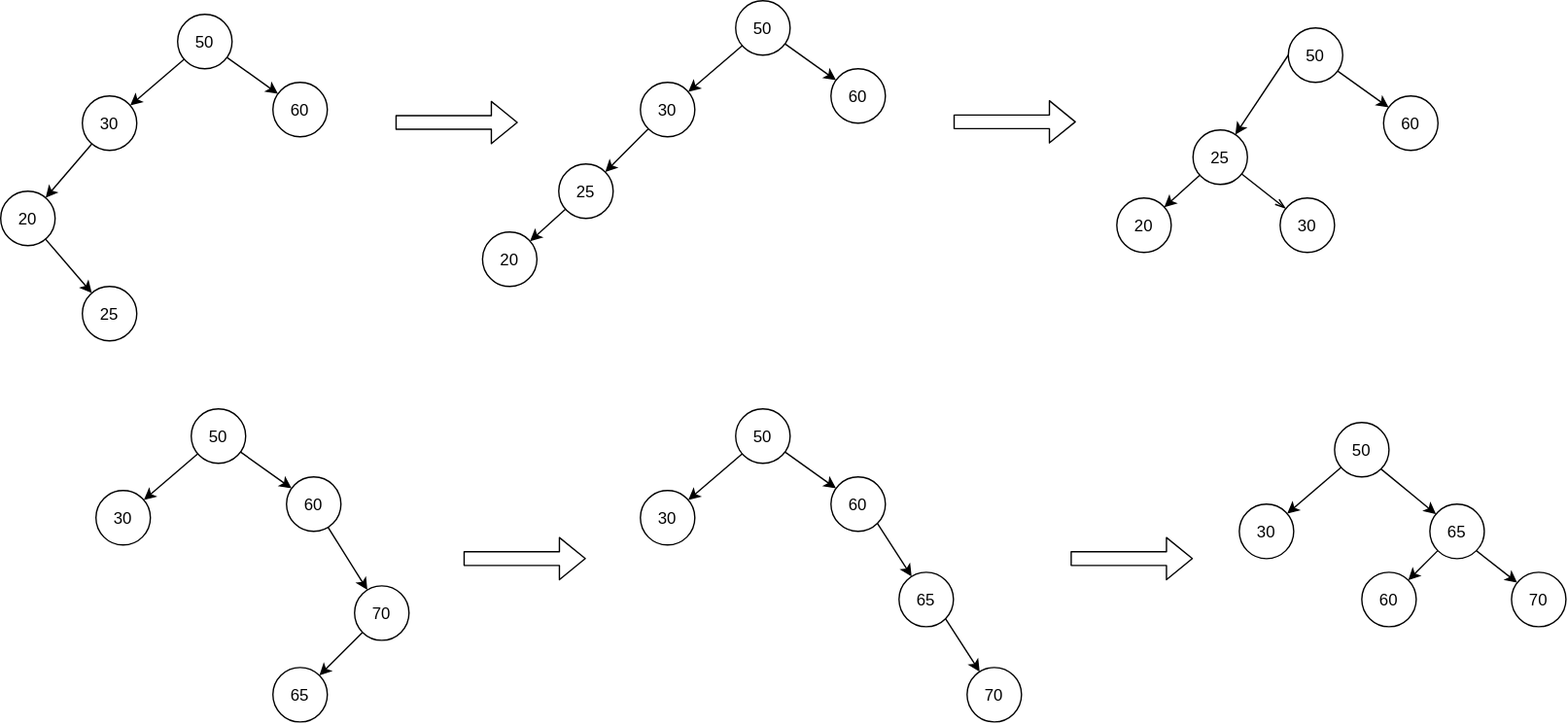
kosukhin/catalog keeps this draw.io diagram as База/Структуры данных/2. Быстро находить данные и проверять условия/2.3. Проверять принадлежность и уникальность/Множество (Set)/avl/rotation.drawio.svg. Above is the earlier version. Source tidied: cells renumbered, new cells last; positions are measured from the earlier drawing's top-left corner, leaving out a move shared by most shapes.
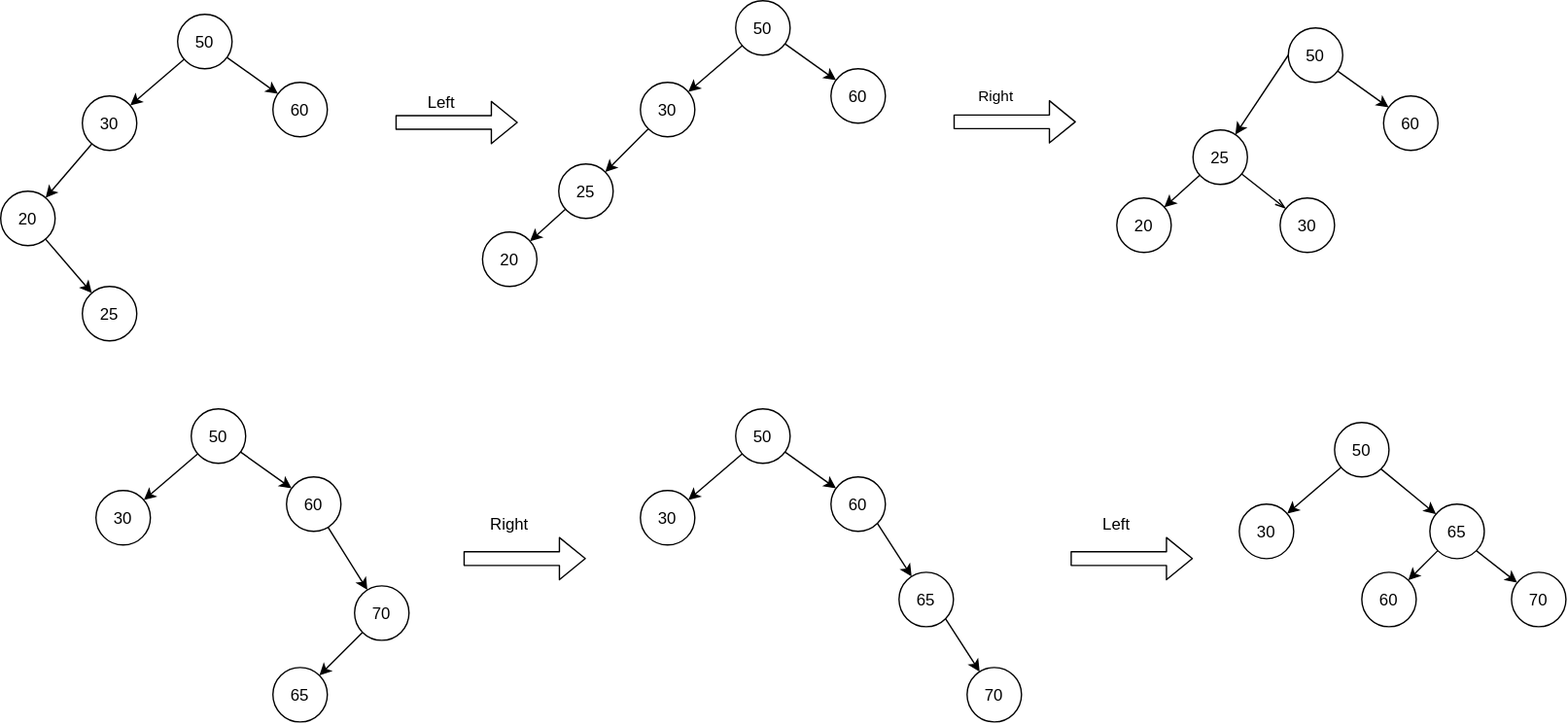
Above is the later version.

The edit, as a diff of the source:
```diff
@@ -68,6 +68,11 @@
         <mxPoint x="790" y="89" as="targetPoint" />
       </mxGeometry>
     </mxCell>
+    <mxCell id="60" value="Right" style="edgeLabel;html=1;align=center;verticalAlign=middle;" parent="21" vertex="1">
+      <mxGeometry x="-0.3" y="3" relative="1" as="geometry">
+        <mxPoint x="-2" y="-16" as="offset" />
+      </mxGeometry>
+    </mxCell>
     <mxCell id="22" value="20" style="ellipse;whiteSpace=wrap;html=1;shapeInside=1;" parent="1" vertex="1">
       <mxGeometry x="820" y="145" width="40" height="40" as="geometry" />
     </mxCell>
@@ -173,9 +178,6 @@
     <mxCell id="54" value="70" style="ellipse;whiteSpace=wrap;html=1;shapeInside=1;" parent="1" vertex="1">
       <mxGeometry x="1110" y="420" width="40" height="40" as="geometry" />
     </mxCell>
-    <mxCell id="55" style="edgeStyle=none;html=1;exitX=1;exitY=1;exitDx=0;exitDy=0;" parent="1" edge="1" source="56" target="54">
-      <mxGeometry relative="1" as="geometry" />
-    </mxCell>
     <mxCell id="56" value="65" style="ellipse;whiteSpace=wrap;html=1;shapeInside=1;" parent="1" vertex="1">
       <mxGeometry x="1050" y="370" width="40" height="40" as="geometry" />
     </mxCell>
@@ -188,5 +190,17 @@
     <mxCell id="59" style="edgeStyle=none;html=1;exitX=0;exitY=1;exitDx=0;exitDy=0;" parent="1" edge="1" source="56" target="57">
       <mxGeometry relative="1" as="geometry" />
     </mxCell>
+    <mxCell id="55" style="edgeStyle=none;html=1;exitX=1;exitY=1;exitDx=0;exitDy=0;" parent="1" edge="1" source="56" target="54">
+      <mxGeometry relative="1" as="geometry" />
+    </mxCell>
+    <mxCell id="61" value="Left" style="text;html=1;whiteSpace=wrap;strokeColor=none;fillColor=none;align=center;verticalAlign=middle;rounded=0;" parent="1" vertex="1">
+      <mxGeometry x="294" y="60" width="60" height="30" as="geometry" />
+    </mxCell>
+    <mxCell id="62" value="Right" style="text;html=1;whiteSpace=wrap;strokeColor=none;fillColor=none;align=center;verticalAlign=middle;rounded=0;" parent="1" vertex="1">
+      <mxGeometry x="344" y="370" width="60" height="30" as="geometry" />
+    </mxCell>
+    <mxCell id="63" value="Left" style="text;html=1;whiteSpace=wrap;strokeColor=none;fillColor=none;align=center;verticalAlign=middle;rounded=0;" parent="1" vertex="1">
+      <mxGeometry x="790" y="370" width="60" height="30" as="geometry" />
+    </mxCell>
   </root>
 </mxGraphModel>
```
